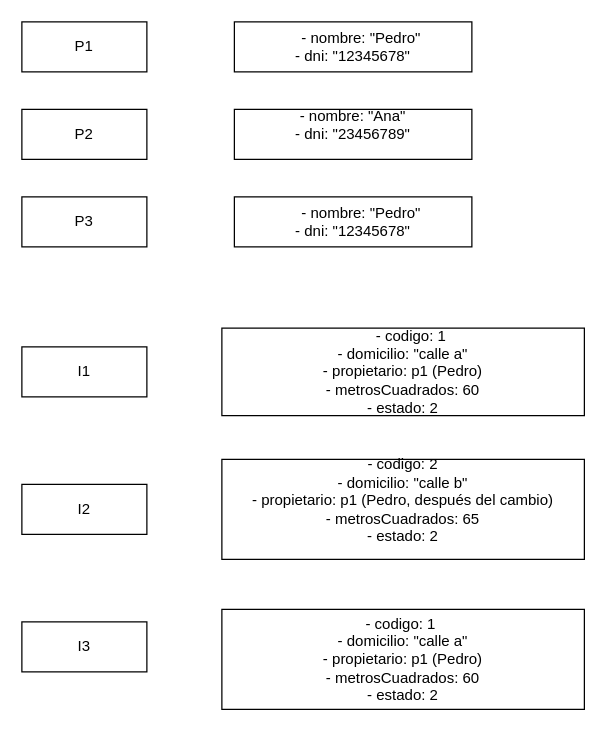
This is Programacion/PYTHON/TP 6/Diagrama objeto inmueble.drawio from PerroneEros/ASO2024TPs, a draw.io file, before an edit. Source tidied: cells renumbered, new cells numbered last; positions are measured from the earlier drawing's top-left corner, leaving out a move shared by most shapes. Both pictures are drawn from the tidied source at 125%, with x=0, y=0 at pixel (21, 21).
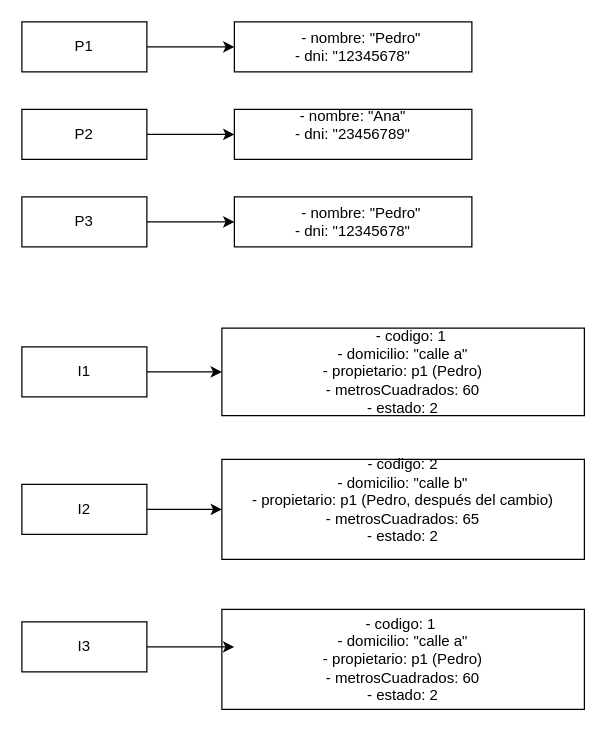
Above is the later version.

The edit, as a diff of the source:
```diff
@@
 <mxGraphModel>
   <root>
     <mxCell id="0" />
     <mxCell id="1" parent="0" />
+    <mxCell id="14" style="edgeStyle=orthogonalEdgeStyle;rounded=0;jettySize=auto;html=1;exitX=1;exitY=0.5;exitDx=0;exitDy=0;entryX=0;entryY=0.5;entryDx=0;entryDy=0;" parent="1" edge="1" source="2" target="7">
+      <mxGeometry relative="1" as="geometry" />
+    </mxCell>
     <mxCell id="2" value="P1" style="rounded=0;whiteSpace=wrap;html=1;" parent="1" vertex="1">
       <mxGeometry width="100" height="40" as="geometry" />
     </mxCell>
+    <mxCell id="15" style="edgeStyle=orthogonalEdgeStyle;rounded=0;jettySize=auto;html=1;exitX=1;exitY=0.5;exitDx=0;exitDy=0;entryX=0;entryY=0.5;entryDx=0;entryDy=0;" parent="1" edge="1" source="3" target="8">
+      <mxGeometry relative="1" as="geometry" />
+    </mxCell>
     <mxCell id="3" value="P2" style="rounded=0;whiteSpace=wrap;html=1;" parent="1" vertex="1">
       <mxGeometry y="70" width="100" height="40" as="geometry" />
     </mxCell>
+    <mxCell id="16" style="edgeStyle=orthogonalEdgeStyle;rounded=0;jettySize=auto;html=1;exitX=1;exitY=0.5;exitDx=0;exitDy=0;entryX=0;entryY=0.5;entryDx=0;entryDy=0;" parent="1" edge="1" source="4" target="9">
+      <mxGeometry relative="1" as="geometry" />
+    </mxCell>
     <mxCell id="4" value="P3" style="rounded=0;whiteSpace=wrap;html=1;" parent="1" vertex="1">
       <mxGeometry y="140" width="100" height="40" as="geometry" />
     </mxCell>
+    <mxCell id="17" style="edgeStyle=orthogonalEdgeStyle;rounded=0;jettySize=auto;html=1;exitX=1;exitY=0.5;exitDx=0;exitDy=0;entryX=0;entryY=0.5;entryDx=0;entryDy=0;" parent="1" edge="1" source="5" target="10">
+      <mxGeometry relative="1" as="geometry" />
+    </mxCell>
     <mxCell id="5" value="I1" style="rounded=0;whiteSpace=wrap;html=1;" parent="1" vertex="1">
       <mxGeometry y="260" width="100" height="40" as="geometry" />
     </mxCell>
     <mxCell id="6" value="I3" style="rounded=0;whiteSpace=wrap;html=1;" parent="1" vertex="1">
       <mxGeometry y="480" width="100" height="40" as="geometry" />
     </mxCell>
     <mxCell id="7" value="&amp;nbsp; &amp;nbsp; - nombre: &quot;Pedro&quot;&lt;br/&gt;    - dni: &quot;12345678&quot;" style="rounded=0;whiteSpace=wrap;html=1;" parent="1" vertex="1">
       <mxGeometry x="170" width="190" height="40" as="geometry" />
     </mxCell>
     <mxCell id="8" value="&#10;    - nombre: &quot;Ana&quot;&#10;    - dni: &quot;23456789&quot;&#10;&#10;" style="rounded=0;whiteSpace=wrap;html=1;" parent="1" vertex="1">
       <mxGeometry x="170" y="70" width="190" height="40" as="geometry" />
     </mxCell>
     <mxCell id="9" value="&amp;nbsp; &amp;nbsp; - nombre: &quot;Pedro&quot;&lt;br/&gt;    - dni: &quot;12345678&quot;" style="rounded=0;whiteSpace=wrap;html=1;" parent="1" vertex="1">
       <mxGeometry x="170" y="140" width="190" height="40" as="geometry" />
     </mxCell>
     <mxCell id="10" value="&amp;nbsp; &amp;nbsp; - codigo: 1&lt;br/&gt;    - domicilio: &quot;calle a&quot;&lt;br/&gt;    - propietario: p1 (Pedro)&lt;br/&gt;    - metrosCuadrados: 60&lt;br/&gt;    - estado: 2" style="rounded=0;whiteSpace=wrap;html=1;" parent="1" vertex="1">
       <mxGeometry x="160" y="245" width="290" height="70" as="geometry" />
     </mxCell>
     <mxCell id="11" value="&#10;    - codigo: 2&#10;    - domicilio: &quot;calle b&quot;&#10;    - propietario: p1 (Pedro, después del cambio)&#10;    - metrosCuadrados: 65&#10;    - estado: 2&#10;&#10;" style="rounded=0;whiteSpace=wrap;html=1;" parent="1" vertex="1">
       <mxGeometry x="160" y="350" width="290" height="80" as="geometry" />
     </mxCell>
+    <mxCell id="18" style="edgeStyle=orthogonalEdgeStyle;rounded=0;jettySize=auto;html=1;exitX=1;exitY=0.5;exitDx=0;exitDy=0;" parent="1" edge="1" source="12" target="11">
+      <mxGeometry relative="1" as="geometry" />
+    </mxCell>
     <mxCell id="12" value="I2" style="rounded=0;whiteSpace=wrap;html=1;" parent="1" vertex="1">
       <mxGeometry y="370" width="100" height="40" as="geometry" />
     </mxCell>
     <mxCell id="13" value="&lt;br&gt;    - codigo: 1&amp;nbsp;&lt;br&gt;    - domicilio: &quot;calle a&quot;&lt;br&gt;    - propietario: p1 (Pedro)&lt;br&gt;    - metrosCuadrados: 60&lt;br&gt;    - estado: 2&lt;div&gt;&lt;br/&gt;&lt;/div&gt;" style="rounded=0;whiteSpace=wrap;html=1;" parent="1" vertex="1">
       <mxGeometry x="160" y="470" width="290" height="80" as="geometry" />
     </mxCell>
+    <mxCell id="19" style="edgeStyle=orthogonalEdgeStyle;rounded=0;jettySize=auto;html=1;exitX=1;exitY=0.5;exitDx=0;exitDy=0;entryX=0.034;entryY=0.375;entryDx=0;entryDy=0;entryPerimeter=0;" parent="1" edge="1" source="6" target="13">
+      <mxGeometry relative="1" as="geometry" />
+    </mxCell>
   </root>
 </mxGraphModel>
```
